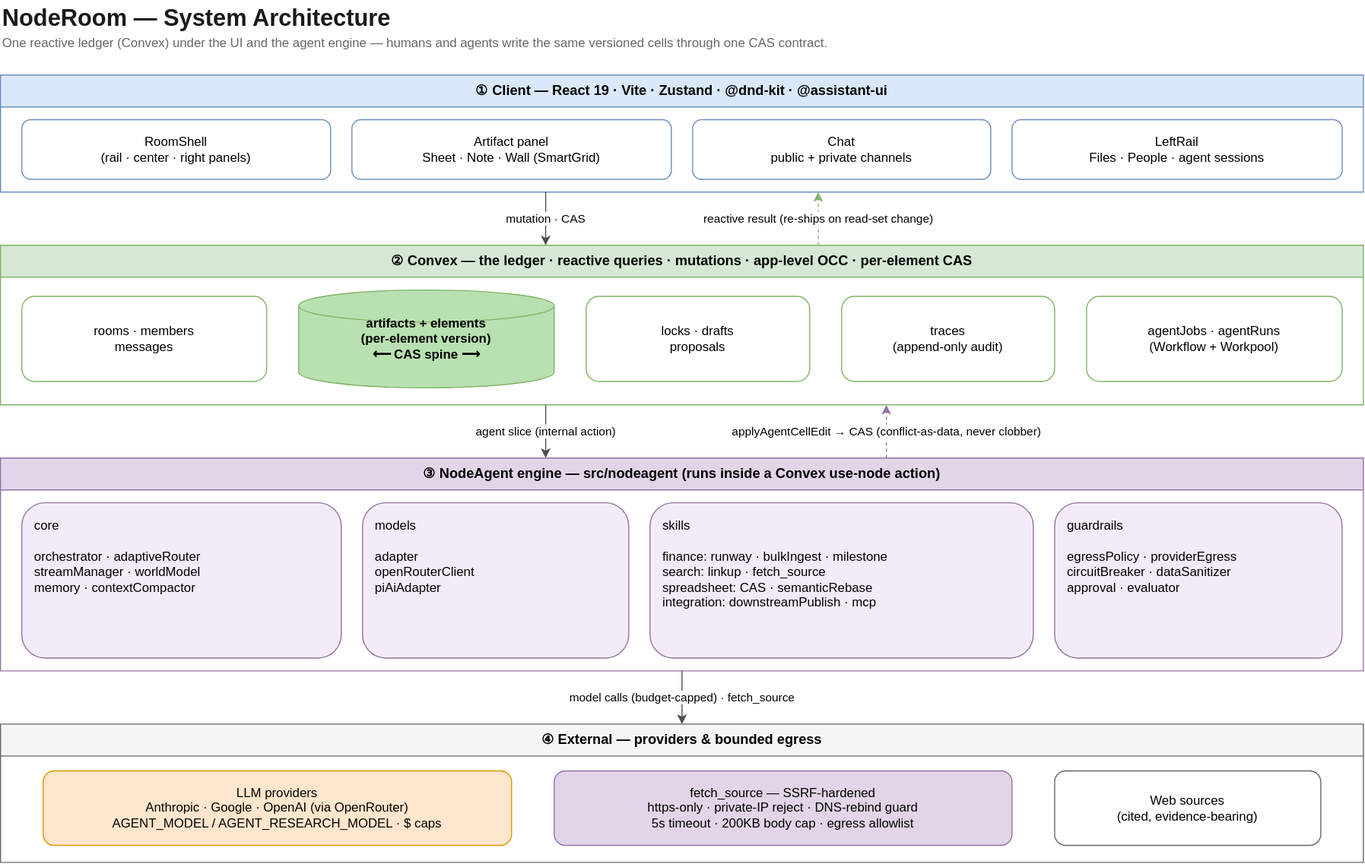
Above: docs/diagrams/01-architecture.svg in HomenShum/noderoom (draw.io), before the change. Source tidied: cells renumbered, new cells last; positions are measured from the earlier drawing's top-left corner, leaving out a move shared by most shapes. The source it was exported from:
```xml
<mxGraphModel>
  <root>
    <mxCell id="0" />
    <mxCell id="1" parent="0" />
    <mxCell id="2" value="NodeRoom — System Architecture" style="text;html=1;fontSize=22;fontStyle=1;align=left;verticalAlign=middle;fontColor=#1a1a1a;" parent="1" vertex="1">
      <mxGeometry width="700" height="34" as="geometry" />
    </mxCell>
    <mxCell id="3" value="One reactive ledger (Convex) under the UI and the agent engine — humans and agents write the same versioned cells through one CAS contract." style="text;html=1;fontSize=12;align=left;verticalAlign=middle;fontColor=#666666;" parent="1" vertex="1">
      <mxGeometry y="30" width="1000" height="20" as="geometry" />
    </mxCell>
    <mxCell id="4" value="①  Client — React 19 · Vite · Zustand · @dnd-kit · @assistant-ui" style="swimlane;startSize=30;html=1;whiteSpace=wrap;fillColor=#dae8fc;strokeColor=#6c8ebf;fontStyle=1;fontSize=13;verticalAlign=top;" parent="1" vertex="1">
      <mxGeometry y="70" width="1280" height="110" as="geometry" />
    </mxCell>
    <mxCell id="5" value="RoomShell&#10;(rail · center · right panels)" style="rounded=1;whiteSpace=wrap;html=1;fillColor=#ffffff;strokeColor=#6c8ebf;fontSize=12;" parent="4" vertex="1">
      <mxGeometry x="20" y="42" width="290" height="56" as="geometry" />
    </mxCell>
    <mxCell id="6" value="Artifact panel&#10;Sheet · Note · Wall (SmartGrid)" style="rounded=1;whiteSpace=wrap;html=1;fillColor=#ffffff;strokeColor=#6c8ebf;fontSize=12;" parent="4" vertex="1">
      <mxGeometry x="330" y="42" width="300" height="56" as="geometry" />
    </mxCell>
    <mxCell id="7" value="Chat&#10;public + private channels" style="rounded=1;whiteSpace=wrap;html=1;fillColor=#ffffff;strokeColor=#6c8ebf;fontSize=12;" parent="4" vertex="1">
      <mxGeometry x="650" y="42" width="280" height="56" as="geometry" />
    </mxCell>
    <mxCell id="8" value="LeftRail&#10;Files · People · agent sessions" style="rounded=1;whiteSpace=wrap;html=1;fillColor=#ffffff;strokeColor=#6c8ebf;fontSize=12;" parent="4" vertex="1">
      <mxGeometry x="950" y="42" width="310" height="56" as="geometry" />
    </mxCell>
    <mxCell id="9" value="②  Convex — the ledger · reactive queries · mutations · app-level OCC · per-element CAS" style="swimlane;startSize=30;html=1;whiteSpace=wrap;fillColor=#d5e8d4;strokeColor=#82b366;fontStyle=1;fontSize=13;verticalAlign=top;" parent="1" vertex="1">
      <mxGeometry y="230" width="1280" height="150" as="geometry" />
    </mxCell>
    <mxCell id="10" value="rooms · members&#10;messages" style="rounded=1;whiteSpace=wrap;html=1;fillColor=#ffffff;strokeColor=#82b366;fontSize=12;" parent="9" vertex="1">
      <mxGeometry x="20" y="48" width="230" height="80" as="geometry" />
    </mxCell>
    <mxCell id="11" value="artifacts + elements&#10;(per-element version)&#10;⟵ CAS spine ⟶" style="shape=cylinder3;whiteSpace=wrap;html=1;fillColor=#b9e0b0;strokeColor=#82b366;fontStyle=1;fontSize=12;" parent="9" vertex="1">
      <mxGeometry x="280" y="42" width="240" height="92" as="geometry" />
    </mxCell>
    <mxCell id="12" value="locks · drafts&#10;proposals" style="rounded=1;whiteSpace=wrap;html=1;fillColor=#ffffff;strokeColor=#82b366;fontSize=12;" parent="9" vertex="1">
      <mxGeometry x="550" y="48" width="210" height="80" as="geometry" />
    </mxCell>
    <mxCell id="13" value="traces&#10;(append-only audit)" style="rounded=1;whiteSpace=wrap;html=1;fillColor=#ffffff;strokeColor=#82b366;fontSize=12;" parent="9" vertex="1">
      <mxGeometry x="790" y="48" width="200" height="80" as="geometry" />
    </mxCell>
    <mxCell id="14" value="agentJobs · agentRuns&#10;(Workflow + Workpool)" style="rounded=1;whiteSpace=wrap;html=1;fillColor=#ffffff;strokeColor=#82b366;fontSize=12;" parent="9" vertex="1">
      <mxGeometry x="1020" y="48" width="240" height="80" as="geometry" />
    </mxCell>
    <mxCell id="15" value="③  NodeAgent engine — src/nodeagent  (runs inside a Convex use-node action)" style="swimlane;startSize=30;html=1;whiteSpace=wrap;fillColor=#e1d5e7;strokeColor=#9673a6;fontStyle=1;fontSize=13;verticalAlign=top;" parent="1" vertex="1">
      <mxGeometry y="430" width="1280" height="200" as="geometry" />
    </mxCell>
    <mxCell id="16" value="core&#10;&#10;orchestrator · adaptiveRouter&#10;streamManager · worldModel&#10;memory · contextCompactor" style="rounded=1;whiteSpace=wrap;html=1;fillColor=#f3ecf8;strokeColor=#9673a6;fontSize=12;align=left;spacingLeft=10;verticalAlign=top;spacingTop=8;fontStyle=0;" parent="15" vertex="1">
      <mxGeometry x="20" y="42" width="300" height="146" as="geometry" />
    </mxCell>
    <mxCell id="17" value="models&#10;&#10;adapter&#10;openRouterClient&#10;piAiAdapter" style="rounded=1;whiteSpace=wrap;html=1;fillColor=#f3ecf8;strokeColor=#9673a6;fontSize=12;align=left;spacingLeft=10;verticalAlign=top;spacingTop=8;" parent="15" vertex="1">
      <mxGeometry x="340" y="42" width="250" height="146" as="geometry" />
    </mxCell>
    <mxCell id="18" value="skills&#10;&#10;finance: runway · bulkIngest · milestone&#10;search: linkup · fetch_source&#10;spreadsheet: CAS · semanticRebase&#10;integration: downstreamPublish · mcp" style="rounded=1;whiteSpace=wrap;html=1;fillColor=#f3ecf8;strokeColor=#9673a6;fontSize=12;align=left;spacingLeft=10;verticalAlign=top;spacingTop=8;" parent="15" vertex="1">
      <mxGeometry x="610" y="42" width="360" height="146" as="geometry" />
    </mxCell>
    <mxCell id="19" value="guardrails&#10;&#10;egressPolicy · providerEgress&#10;circuitBreaker · dataSanitizer&#10;approval · evaluator" style="rounded=1;whiteSpace=wrap;html=1;fillColor=#f3ecf8;strokeColor=#9673a6;fontSize=12;align=left;spacingLeft=10;verticalAlign=top;spacingTop=8;" parent="15" vertex="1">
      <mxGeometry x="990" y="42" width="270" height="146" as="geometry" />
    </mxCell>
    <mxCell id="20" value="④  External — providers &amp; bounded egress" style="swimlane;startSize=30;html=1;whiteSpace=wrap;fillColor=#f5f5f5;strokeColor=#666666;fontStyle=1;fontSize=13;verticalAlign=top;" parent="1" vertex="1">
      <mxGeometry y="680" width="1280" height="130" as="geometry" />
    </mxCell>
    <mxCell id="21" value="LLM providers&#10;Anthropic · Google · OpenAI (via OpenRouter)&#10;AGENT_MODEL / AGENT_RESEARCH_MODEL · $ caps" style="rounded=1;whiteSpace=wrap;html=1;fillColor=#ffe6cc;strokeColor=#d79b00;fontSize=12;" parent="20" vertex="1">
      <mxGeometry x="40" y="44" width="440" height="70" as="geometry" />
    </mxCell>
    <mxCell id="22" value="fetch_source — SSRF-hardened&#10;https-only · private-IP reject · DNS-rebind guard&#10;5s timeout · 200KB body cap · egress allowlist" style="rounded=1;whiteSpace=wrap;html=1;fillColor=#e1d5e7;strokeColor=#9673a6;fontSize=12;" parent="20" vertex="1">
      <mxGeometry x="520" y="44" width="430" height="70" as="geometry" />
    </mxCell>
    <mxCell id="23" value="Web sources&#10;(cited, evidence-bearing)" style="rounded=1;whiteSpace=wrap;html=1;fillColor=#ffffff;strokeColor=#666666;fontSize=12;" parent="20" vertex="1">
      <mxGeometry x="990" y="44" width="250" height="70" as="geometry" />
    </mxCell>
    <mxCell id="24" value="mutation · CAS" style="edgeStyle=orthogonalEdgeStyle;rounded=1;jettySize=auto;html=1;fontSize=11;exitX=0.4;exitY=1;exitDx=0;exitDy=0;entryX=0.4;entryY=0;entryDx=0;entryDy=0;strokeColor=#4d4d4d;" parent="1" edge="1" source="4" target="9">
      <mxGeometry relative="1" as="geometry" />
    </mxCell>
    <mxCell id="25" value="reactive result (re-ships on read-set change)" style="edgeStyle=orthogonalEdgeStyle;rounded=1;jettySize=auto;html=1;fontSize=11;exitX=0.6;exitY=0;exitDx=0;exitDy=0;entryX=0.6;entryY=1;entryDx=0;entryDy=0;dashed=1;strokeColor=#82b366;" parent="1" edge="1" source="9" target="4">
      <mxGeometry relative="1" as="geometry" />
    </mxCell>
    <mxCell id="26" value="agent slice (internal action)" style="edgeStyle=orthogonalEdgeStyle;rounded=1;jettySize=auto;html=1;fontSize=11;exitX=0.4;exitY=1;exitDx=0;exitDy=0;entryX=0.4;entryY=0;entryDx=0;entryDy=0;strokeColor=#4d4d4d;" parent="1" edge="1" source="9" target="15">
      <mxGeometry relative="1" as="geometry" />
    </mxCell>
    <mxCell id="27" value="applyAgentCellEdit → CAS (conflict-as-data, never clobber)" style="edgeStyle=orthogonalEdgeStyle;rounded=1;jettySize=auto;html=1;fontSize=11;exitX=0.65;exitY=0;exitDx=0;exitDy=0;entryX=0.65;entryY=1;entryDx=0;entryDy=0;dashed=1;strokeColor=#9673a6;" parent="1" edge="1" source="15" target="9">
      <mxGeometry relative="1" as="geometry" />
    </mxCell>
    <mxCell id="28" value="model calls (budget-capped) · fetch_source" style="edgeStyle=orthogonalEdgeStyle;rounded=1;jettySize=auto;html=1;fontSize=11;exitX=0.5;exitY=1;exitDx=0;exitDy=0;entryX=0.5;entryY=0;entryDx=0;entryDy=0;strokeColor=#4d4d4d;" parent="1" edge="1" source="15" target="20">
      <mxGeometry relative="1" as="geometry" />
    </mxCell>
  </root>
</mxGraphModel>
```
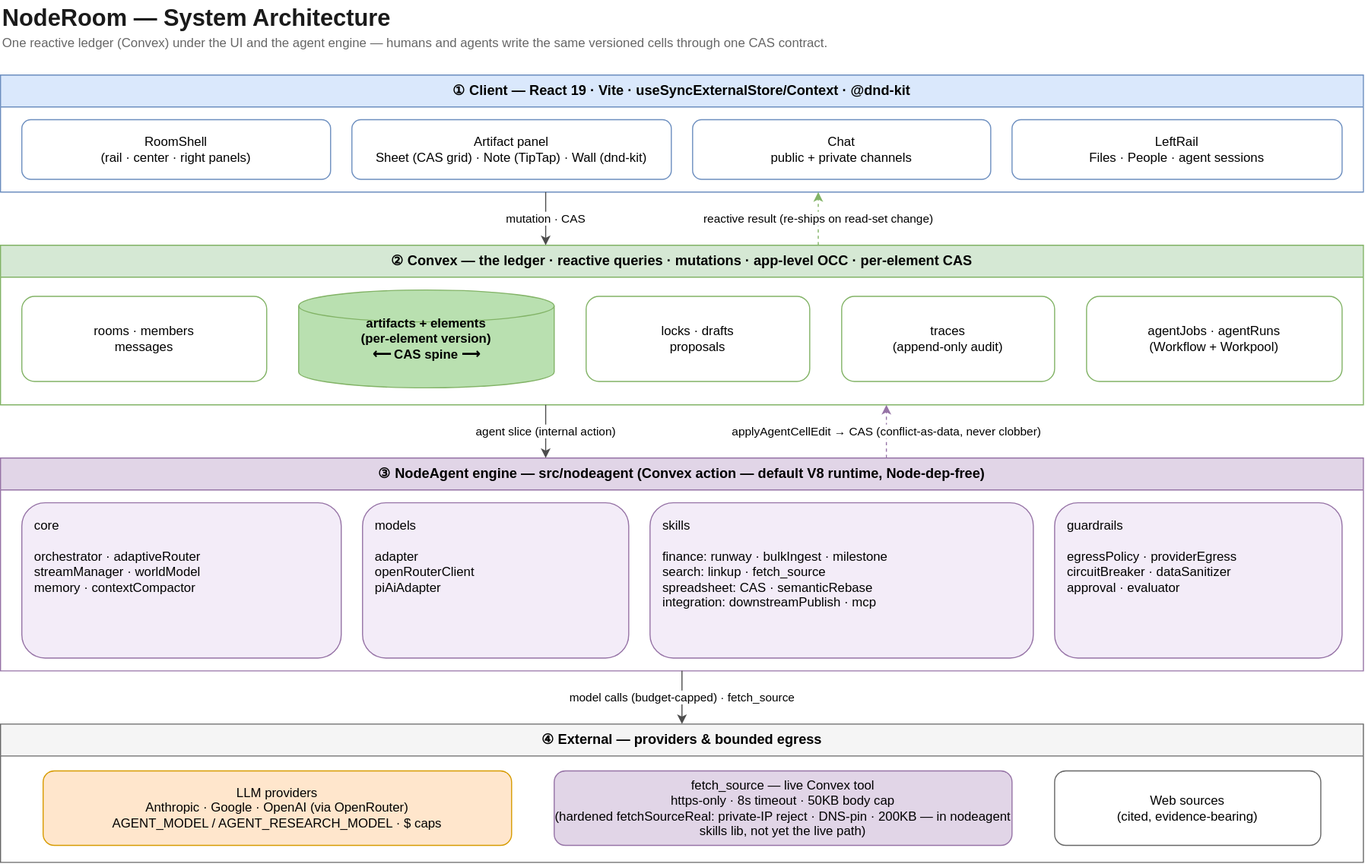
Above is the later version.

The edit, as a diff of the source:
```diff
@@ -8,13 +8,13 @@
     <mxCell id="3" value="One reactive ledger (Convex) under the UI and the agent engine — humans and agents write the same versioned cells through one CAS contract." style="text;html=1;fontSize=12;align=left;verticalAlign=middle;fontColor=#666666;" parent="1" vertex="1">
       <mxGeometry y="30" width="1000" height="20" as="geometry" />
     </mxCell>
-    <mxCell id="4" value="①  Client — React 19 · Vite · Zustand · @dnd-kit · @assistant-ui" style="swimlane;startSize=30;html=1;whiteSpace=wrap;fillColor=#dae8fc;strokeColor=#6c8ebf;fontStyle=1;fontSize=13;verticalAlign=top;" parent="1" vertex="1">
+    <mxCell id="4" value="①  Client — React 19 · Vite · useSyncExternalStore/Context · @dnd-kit" style="swimlane;startSize=30;html=1;whiteSpace=wrap;fillColor=#dae8fc;strokeColor=#6c8ebf;fontStyle=1;fontSize=13;verticalAlign=top;" parent="1" vertex="1">
       <mxGeometry y="70" width="1280" height="110" as="geometry" />
     </mxCell>
     <mxCell id="5" value="RoomShell&#10;(rail · center · right panels)" style="rounded=1;whiteSpace=wrap;html=1;fillColor=#ffffff;strokeColor=#6c8ebf;fontSize=12;" parent="4" vertex="1">
       <mxGeometry x="20" y="42" width="290" height="56" as="geometry" />
     </mxCell>
-    <mxCell id="6" value="Artifact panel&#10;Sheet · Note · Wall (SmartGrid)" style="rounded=1;whiteSpace=wrap;html=1;fillColor=#ffffff;strokeColor=#6c8ebf;fontSize=12;" parent="4" vertex="1">
+    <mxCell id="6" value="Artifact panel&#10;Sheet (CAS grid) · Note (TipTap) · Wall (dnd-kit)" style="rounded=1;whiteSpace=wrap;html=1;fillColor=#ffffff;strokeColor=#6c8ebf;fontSize=12;" parent="4" vertex="1">
       <mxGeometry x="330" y="42" width="300" height="56" as="geometry" />
     </mxCell>
     <mxCell id="7" value="Chat&#10;public + private channels" style="rounded=1;whiteSpace=wrap;html=1;fillColor=#ffffff;strokeColor=#6c8ebf;fontSize=12;" parent="4" vertex="1">
@@ -41,7 +41,7 @@
     <mxCell id="14" value="agentJobs · agentRuns&#10;(Workflow + Workpool)" style="rounded=1;whiteSpace=wrap;html=1;fillColor=#ffffff;strokeColor=#82b366;fontSize=12;" parent="9" vertex="1">
       <mxGeometry x="1020" y="48" width="240" height="80" as="geometry" />
     </mxCell>
-    <mxCell id="15" value="③  NodeAgent engine — src/nodeagent  (runs inside a Convex use-node action)" style="swimlane;startSize=30;html=1;whiteSpace=wrap;fillColor=#e1d5e7;strokeColor=#9673a6;fontStyle=1;fontSize=13;verticalAlign=top;" parent="1" vertex="1">
+    <mxCell id="15" value="③  NodeAgent engine — src/nodeagent  (Convex action — default V8 runtime, Node-dep-free)" style="swimlane;startSize=30;html=1;whiteSpace=wrap;fillColor=#e1d5e7;strokeColor=#9673a6;fontStyle=1;fontSize=13;verticalAlign=top;" parent="1" vertex="1">
       <mxGeometry y="430" width="1280" height="200" as="geometry" />
     </mxCell>
     <mxCell id="16" value="core&#10;&#10;orchestrator · adaptiveRouter&#10;streamManager · worldModel&#10;memory · contextCompactor" style="rounded=1;whiteSpace=wrap;html=1;fillColor=#f3ecf8;strokeColor=#9673a6;fontSize=12;align=left;spacingLeft=10;verticalAlign=top;spacingTop=8;fontStyle=0;" parent="15" vertex="1">
@@ -62,7 +62,7 @@
     <mxCell id="21" value="LLM providers&#10;Anthropic · Google · OpenAI (via OpenRouter)&#10;AGENT_MODEL / AGENT_RESEARCH_MODEL · $ caps" style="rounded=1;whiteSpace=wrap;html=1;fillColor=#ffe6cc;strokeColor=#d79b00;fontSize=12;" parent="20" vertex="1">
       <mxGeometry x="40" y="44" width="440" height="70" as="geometry" />
     </mxCell>
-    <mxCell id="22" value="fetch_source — SSRF-hardened&#10;https-only · private-IP reject · DNS-rebind guard&#10;5s timeout · 200KB body cap · egress allowlist" style="rounded=1;whiteSpace=wrap;html=1;fillColor=#e1d5e7;strokeColor=#9673a6;fontSize=12;" parent="20" vertex="1">
+    <mxCell id="22" value="fetch_source — live Convex tool&#10;https-only · 8s timeout · 50KB body cap&#10;(hardened fetchSourceReal: private-IP reject · DNS-pin · 200KB — in nodeagent skills lib, not yet the live path)" style="rounded=1;whiteSpace=wrap;html=1;fillColor=#e1d5e7;strokeColor=#9673a6;fontSize=12;" parent="20" vertex="1">
       <mxGeometry x="520" y="44" width="430" height="70" as="geometry" />
     </mxCell>
     <mxCell id="23" value="Web sources&#10;(cited, evidence-bearing)" style="rounded=1;whiteSpace=wrap;html=1;fillColor=#ffffff;strokeColor=#666666;fontSize=12;" parent="20" vertex="1">
```
